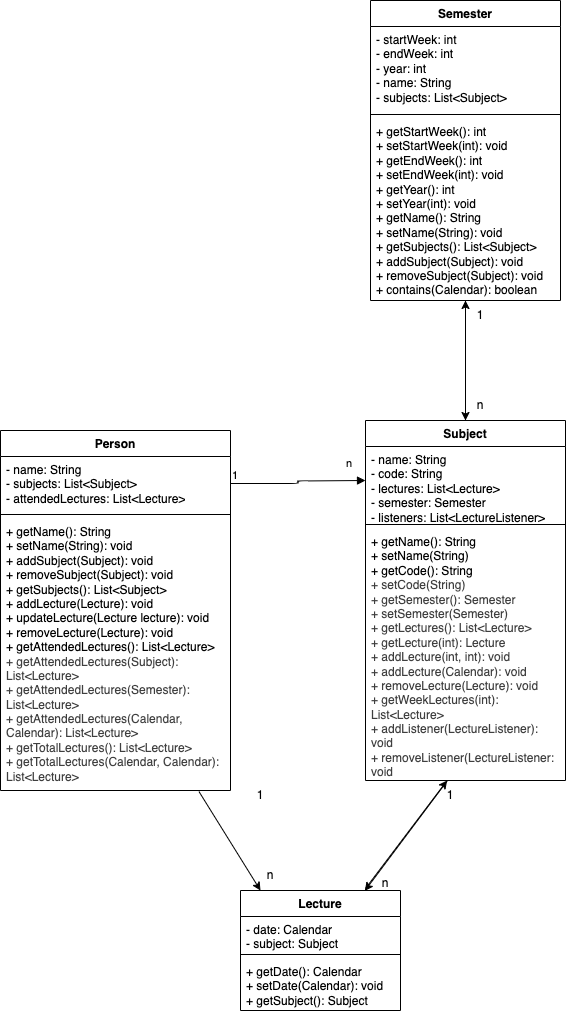
Earlier version of the draw.io export diagram.png (ayskarsaune/tdt4100-prosjekt). Source tidied: cells renumbered, new cells last; positions are measured from the earlier drawing's top-left corner, leaving out a move shared by most shapes.
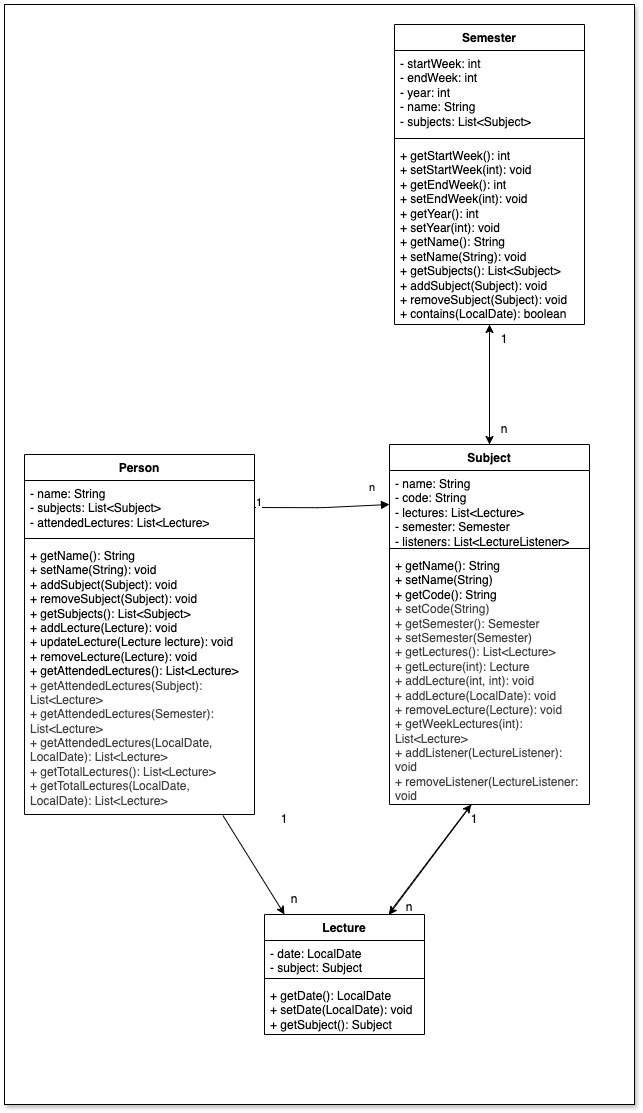
Above is the later version.

Diff of the diagram source:
```diff
@@ -1,7 +1,10 @@
-<mxGraphModel background="#ffffff">
+<mxGraphModel>
   <root>
     <mxCell id="0" />
     <mxCell id="1" parent="0" />
+    <mxCell id="31" style="rounded=0;whiteSpace=wrap;html=1;shadow=1;" parent="1" vertex="1">
+      <mxGeometry x="-20" y="-20" width="630" height="1100" as="geometry" />
+    </mxCell>
     <mxCell id="2" value="Person" style="swimlane;fontStyle=1;align=center;verticalAlign=top;horizontal=1;startSize=26;whiteSpace=wrap;html=1;" parent="1" vertex="1">
       <mxGeometry y="430" width="230" height="360" as="geometry" />
     </mxCell>
@@ -11,7 +14,7 @@
     <mxCell id="4" style="line;strokeWidth=1;fillColor=none;align=left;verticalAlign=middle;spacingTop=-1;spacingLeft=3;spacingRight=3;labelPosition=right;strokeColor=inherit;" parent="2" vertex="1">
       <mxGeometry y="80" width="230" height="8" as="geometry" />
     </mxCell>
-    <mxCell id="5" value="+ getName(): String&lt;div&gt;+ setName(String): void&lt;/div&gt;&lt;div&gt;+ addSubject(Subject): void&lt;/div&gt;&lt;div&gt;+ removeSubject(Subject): void&lt;/div&gt;&lt;div&gt;+ getSubjects(): List&amp;lt;Subject&amp;gt;&lt;/div&gt;&lt;div&gt;+ addLecture(Lecture): void&lt;/div&gt;&lt;div&gt;+ updateLecture(Lecture lecture): void&lt;/div&gt;&lt;div&gt;+ removeLecture(Lecture): void&lt;/div&gt;&lt;div&gt;+ getAttendedLectures(): List&amp;lt;Lecture&amp;gt;&lt;/div&gt;&lt;div&gt;&lt;span style=&quot;color: rgb(63, 63, 63);&quot;&gt;+ getAttendedLectures(Subject): List&amp;lt;Lecture&amp;gt;&lt;/span&gt;&lt;/div&gt;&lt;div&gt;&lt;span style=&quot;color: rgb(63, 63, 63);&quot;&gt;+ getAttendedLectures(Semester): List&amp;lt;Lecture&amp;gt;&lt;/span&gt;&lt;span style=&quot;color: rgb(63, 63, 63);&quot;&gt;&lt;/span&gt;&lt;/div&gt;&lt;div&gt;&lt;span style=&quot;color: rgb(63, 63, 63);&quot;&gt;+ getAttendedLectures(Calendar, Calendar): List&amp;lt;Lecture&amp;gt;&lt;/span&gt;&lt;span style=&quot;color: rgb(63, 63, 63);&quot;&gt;&lt;/span&gt;&lt;/div&gt;&lt;div&gt;&lt;span style=&quot;color: rgb(63, 63, 63);&quot;&gt;&lt;span style=&quot;color: rgb(63, 63, 63);&quot;&gt;+ getTotalLectures(): List&amp;lt;Lecture&amp;gt;&lt;/span&gt;&lt;/span&gt;&lt;/div&gt;&lt;div&gt;&lt;span style=&quot;color: rgb(63, 63, 63);&quot;&gt;&lt;span style=&quot;color: rgb(63, 63, 63);&quot;&gt;+ getTotalLectures(Calendar, Calendar): List&amp;lt;Lecture&amp;gt;&lt;/span&gt;&lt;span style=&quot;color: rgb(63, 63, 63);&quot;&gt;&lt;/span&gt;&lt;/span&gt;&lt;/div&gt;" style="text;strokeColor=none;fillColor=none;align=left;verticalAlign=top;spacingLeft=4;spacingRight=4;overflow=hidden;points=[[0,0.5],[1,0.5]];portConstraint=eastwest;whiteSpace=wrap;html=1;" parent="2" vertex="1">
+    <mxCell id="5" value="+ getName(): String&lt;div&gt;+ setName(String): void&lt;/div&gt;&lt;div&gt;+ addSubject(Subject): void&lt;/div&gt;&lt;div&gt;+ removeSubject(Subject): void&lt;/div&gt;&lt;div&gt;+ getSubjects(): List&amp;lt;Subject&amp;gt;&lt;/div&gt;&lt;div&gt;+ addLecture(Lecture): void&lt;/div&gt;&lt;div&gt;+ updateLecture(Lecture lecture): void&lt;/div&gt;&lt;div&gt;+ removeLecture(Lecture): void&lt;/div&gt;&lt;div&gt;+ getAttendedLectures(): List&amp;lt;Lecture&amp;gt;&lt;/div&gt;&lt;div&gt;&lt;span style=&quot;color: rgb(63, 63, 63);&quot;&gt;+ getAttendedLectures(Subject): List&amp;lt;Lecture&amp;gt;&lt;/span&gt;&lt;/div&gt;&lt;div&gt;&lt;span style=&quot;color: rgb(63, 63, 63);&quot;&gt;+ getAttendedLectures(Semester): List&amp;lt;Lecture&amp;gt;&lt;/span&gt;&lt;span style=&quot;color: rgb(63, 63, 63);&quot;&gt;&lt;/span&gt;&lt;/div&gt;&lt;div&gt;&lt;span style=&quot;color: rgb(63, 63, 63);&quot;&gt;+ getAttendedLectures(LocalDate, LocalDate): List&amp;lt;Lecture&amp;gt;&lt;/span&gt;&lt;span style=&quot;color: rgb(63, 63, 63);&quot;&gt;&lt;/span&gt;&lt;/div&gt;&lt;div&gt;&lt;span style=&quot;color: rgb(63, 63, 63);&quot;&gt;&lt;span style=&quot;color: rgb(63, 63, 63);&quot;&gt;+ getTotalLectures(): List&amp;lt;Lecture&amp;gt;&lt;/span&gt;&lt;/span&gt;&lt;/div&gt;&lt;div&gt;&lt;span style=&quot;color: rgb(63, 63, 63);&quot;&gt;&lt;span style=&quot;color: rgb(63, 63, 63);&quot;&gt;+ getTotalLectures(LocalDate, LocalDate): List&amp;lt;Lecture&amp;gt;&lt;/span&gt;&lt;span style=&quot;color: rgb(63, 63, 63);&quot;&gt;&lt;/span&gt;&lt;/span&gt;&lt;/div&gt;" style="text;strokeColor=none;fillColor=none;align=left;verticalAlign=top;spacingLeft=4;spacingRight=4;overflow=hidden;points=[[0,0.5],[1,0.5]];portConstraint=eastwest;whiteSpace=wrap;html=1;" parent="2" vertex="1">
       <mxGeometry y="88" width="230" height="272" as="geometry" />
     </mxCell>
     <mxCell id="6" value="Semester" style="swimlane;fontStyle=1;align=center;verticalAlign=top;horizontal=1;startSize=26;whiteSpace=wrap;html=1;" parent="1" vertex="1">
@@ -23,19 +26,19 @@
     <mxCell id="8" style="line;strokeWidth=1;fillColor=none;align=left;verticalAlign=middle;spacingTop=-1;spacingLeft=3;spacingRight=3;labelPosition=right;strokeColor=inherit;" parent="6" vertex="1">
       <mxGeometry y="110" width="190" height="8" as="geometry" />
     </mxCell>
-    <mxCell id="9" value="+ getStartWeek(): int&lt;div&gt;+ setStartWeek(int): void&lt;/div&gt;&lt;div&gt;+ getEndWeek(): int&lt;/div&gt;&lt;div&gt;+ setEndWeek(int): void&lt;/div&gt;&lt;div&gt;+ getYear(): int&lt;/div&gt;&lt;div&gt;+ setYear(int): void&lt;/div&gt;&lt;div&gt;+ getName(): String&lt;/div&gt;&lt;div&gt;+ setName(String): void&lt;/div&gt;&lt;div&gt;+ getSubjects(): List&amp;lt;Subject&amp;gt;&lt;/div&gt;&lt;div&gt;+ addSubject(Subject): void&lt;/div&gt;&lt;div&gt;+ removeSubject(Subject): void&lt;/div&gt;&lt;div&gt;+ contains(Calendar): boolean&lt;/div&gt;" style="text;strokeColor=none;fillColor=none;align=left;verticalAlign=top;spacingLeft=4;spacingRight=4;overflow=hidden;points=[[0,0.5],[1,0.5]];portConstraint=eastwest;whiteSpace=wrap;html=1;" parent="6" vertex="1">
+    <mxCell id="9" value="+ getStartWeek(): int&lt;div&gt;+ setStartWeek(int): void&lt;/div&gt;&lt;div&gt;+ getEndWeek(): int&lt;/div&gt;&lt;div&gt;+ setEndWeek(int): void&lt;/div&gt;&lt;div&gt;+ getYear(): int&lt;/div&gt;&lt;div&gt;+ setYear(int): void&lt;/div&gt;&lt;div&gt;+ getName(): String&lt;/div&gt;&lt;div&gt;+ setName(String): void&lt;/div&gt;&lt;div&gt;+ getSubjects(): List&amp;lt;Subject&amp;gt;&lt;/div&gt;&lt;div&gt;+ addSubject(Subject): void&lt;/div&gt;&lt;div&gt;+ removeSubject(Subject): void&lt;/div&gt;&lt;div&gt;+ contains(LocalDate): boolean&lt;/div&gt;" style="text;strokeColor=none;fillColor=none;align=left;verticalAlign=top;spacingLeft=4;spacingRight=4;overflow=hidden;points=[[0,0.5],[1,0.5]];portConstraint=eastwest;whiteSpace=wrap;html=1;" parent="6" vertex="1">
       <mxGeometry y="118" width="190" height="182" as="geometry" />
     </mxCell>
     <mxCell id="10" value="Lecture" style="swimlane;fontStyle=1;align=center;verticalAlign=top;horizontal=1;startSize=26;whiteSpace=wrap;html=1;" parent="1" vertex="1">
       <mxGeometry x="240" y="890" width="160" height="120" as="geometry" />
     </mxCell>
-    <mxCell id="11" value="- date: Calendar&lt;div&gt;- subject: Subject&lt;/div&gt;" style="text;strokeColor=none;fillColor=none;align=left;verticalAlign=top;spacingLeft=4;spacingRight=4;overflow=hidden;whiteSpace=wrap;html=1;" parent="10" vertex="1">
+    <mxCell id="11" value="- date: LocalDate&lt;div&gt;- subject: Subject&lt;/div&gt;" style="text;strokeColor=none;fillColor=none;align=left;verticalAlign=top;spacingLeft=4;spacingRight=4;overflow=hidden;whiteSpace=wrap;html=1;" parent="10" vertex="1">
       <mxGeometry y="26" width="160" height="34" as="geometry" />
     </mxCell>
     <mxCell id="12" style="line;strokeWidth=1;fillColor=none;align=left;verticalAlign=middle;spacingTop=-1;spacingLeft=3;spacingRight=3;labelPosition=right;strokeColor=inherit;" parent="10" vertex="1">
       <mxGeometry y="60" width="160" height="8" as="geometry" />
     </mxCell>
-    <mxCell id="13" value="+ getDate(): Calendar&lt;div&gt;+ setDate(Calendar): void&lt;/div&gt;&lt;div&gt;+ getSubject(): Subject&lt;/div&gt;" style="text;strokeColor=none;fillColor=none;align=left;verticalAlign=top;spacingLeft=4;spacingRight=4;overflow=hidden;whiteSpace=wrap;html=1;" parent="10" vertex="1">
+    <mxCell id="13" value="+ getDate(): LocalDate&lt;div&gt;+ setDate(LocalDate): void&lt;/div&gt;&lt;div&gt;+ getSubject(): Subject&lt;/div&gt;" style="text;strokeColor=none;fillColor=none;align=left;verticalAlign=top;spacingLeft=4;spacingRight=4;overflow=hidden;whiteSpace=wrap;html=1;" parent="10" vertex="1">
       <mxGeometry y="68" width="160" height="52" as="geometry" />
     </mxCell>
     <mxCell id="14" value="Subject" style="swimlane;fontStyle=1;align=center;verticalAlign=top;horizontal=1;startSize=26;whiteSpace=wrap;html=1;" parent="1" vertex="1">
@@ -47,7 +50,7 @@
     <mxCell id="16" style="line;strokeWidth=1;fillColor=none;align=left;verticalAlign=middle;spacingTop=-1;spacingLeft=3;spacingRight=3;labelPosition=right;strokeColor=inherit;" parent="14" vertex="1">
       <mxGeometry y="100" width="200" height="8" as="geometry" />
     </mxCell>
-    <mxCell id="17" value="+ getName(): String&lt;div&gt;+ setName(String)&lt;/div&gt;&lt;div&gt;+ getCode(): String&lt;div style=&quot;color: rgb(63, 63, 63); scrollbar-color: rgb(226, 226, 226) rgb(251, 251, 251);&quot;&gt;+ setCode(String)&lt;/div&gt;&lt;div style=&quot;color: rgb(63, 63, 63); scrollbar-color: rgb(226, 226, 226) rgb(251, 251, 251);&quot;&gt;+ getSemester(): Semester&lt;div style=&quot;color: rgb(63, 63, 63); scrollbar-color: rgb(226, 226, 226) rgb(251, 251, 251);&quot;&gt;+ setSemester(Semester)&lt;/div&gt;&lt;div style=&quot;color: rgb(63, 63, 63); scrollbar-color: rgb(226, 226, 226) rgb(251, 251, 251);&quot;&gt;+ getLectures(): List&amp;lt;Lecture&amp;gt;&lt;/div&gt;&lt;div style=&quot;color: rgb(63, 63, 63); scrollbar-color: rgb(226, 226, 226) rgb(251, 251, 251);&quot;&gt;+ getLecture(int): Lecture&lt;br&gt;&lt;div style=&quot;color: rgb(63, 63, 63); scrollbar-color: rgb(226, 226, 226) rgb(251, 251, 251);&quot;&gt;+ addLecture(int, int): void&lt;/div&gt;&lt;div style=&quot;color: rgb(63, 63, 63); scrollbar-color: rgb(226, 226, 226) rgb(251, 251, 251);&quot;&gt;+ addLecture(Calendar): void&lt;/div&gt;&lt;div style=&quot;color: rgb(63, 63, 63); scrollbar-color: rgb(226, 226, 226) rgb(251, 251, 251);&quot;&gt;+ removeLecture(Lecture): void&lt;/div&gt;&lt;div style=&quot;color: rgb(63, 63, 63); scrollbar-color: rgb(226, 226, 226) rgb(251, 251, 251);&quot;&gt;+ getWeekLectures(int): List&amp;lt;Lecture&amp;gt;&lt;/div&gt;&lt;div style=&quot;color: rgb(63, 63, 63); scrollbar-color: rgb(226, 226, 226) rgb(251, 251, 251);&quot;&gt;+ addListener(LectureListener): void&lt;/div&gt;&lt;div style=&quot;color: rgb(63, 63, 63); scrollbar-color: rgb(226, 226, 226) rgb(251, 251, 251);&quot;&gt;+ removeListener(LectureListener: void&lt;/div&gt;&lt;/div&gt;&lt;/div&gt;&lt;/div&gt;" style="text;strokeColor=none;fillColor=none;align=left;verticalAlign=top;spacingLeft=4;spacingRight=4;overflow=hidden;points=[[0,0.5],[1,0.5]];portConstraint=eastwest;whiteSpace=wrap;html=1;" parent="14" vertex="1">
+    <mxCell id="17" value="+ getName(): String&lt;div&gt;+ setName(String)&lt;/div&gt;&lt;div&gt;+ getCode(): String&lt;div style=&quot;color: rgb(63, 63, 63); scrollbar-color: rgb(226, 226, 226) rgb(251, 251, 251);&quot;&gt;+ setCode(String)&lt;/div&gt;&lt;div style=&quot;color: rgb(63, 63, 63); scrollbar-color: rgb(226, 226, 226) rgb(251, 251, 251);&quot;&gt;+ getSemester(): Semester&lt;div style=&quot;color: rgb(63, 63, 63); scrollbar-color: rgb(226, 226, 226) rgb(251, 251, 251);&quot;&gt;+ setSemester(Semester)&lt;/div&gt;&lt;div style=&quot;color: rgb(63, 63, 63); scrollbar-color: rgb(226, 226, 226) rgb(251, 251, 251);&quot;&gt;+ getLectures(): List&amp;lt;Lecture&amp;gt;&lt;/div&gt;&lt;div style=&quot;color: rgb(63, 63, 63); scrollbar-color: rgb(226, 226, 226) rgb(251, 251, 251);&quot;&gt;+ getLecture(int): Lecture&lt;br&gt;&lt;div style=&quot;color: rgb(63, 63, 63); scrollbar-color: rgb(226, 226, 226) rgb(251, 251, 251);&quot;&gt;+ addLecture(int, int): void&lt;/div&gt;&lt;div style=&quot;color: rgb(63, 63, 63); scrollbar-color: rgb(226, 226, 226) rgb(251, 251, 251);&quot;&gt;+ addLecture(LocalDate): void&lt;/div&gt;&lt;div style=&quot;color: rgb(63, 63, 63); scrollbar-color: rgb(226, 226, 226) rgb(251, 251, 251);&quot;&gt;+ removeLecture(Lecture): void&lt;/div&gt;&lt;div style=&quot;color: rgb(63, 63, 63); scrollbar-color: rgb(226, 226, 226) rgb(251, 251, 251);&quot;&gt;+ getWeekLectures(int): List&amp;lt;Lecture&amp;gt;&lt;/div&gt;&lt;div style=&quot;color: rgb(63, 63, 63); scrollbar-color: rgb(226, 226, 226) rgb(251, 251, 251);&quot;&gt;+ addListener(LectureListener): void&lt;/div&gt;&lt;div style=&quot;color: rgb(63, 63, 63); scrollbar-color: rgb(226, 226, 226) rgb(251, 251, 251);&quot;&gt;+ removeListener(LectureListener: void&lt;/div&gt;&lt;/div&gt;&lt;/div&gt;&lt;/div&gt;" style="text;strokeColor=none;fillColor=none;align=left;verticalAlign=top;spacingLeft=4;spacingRight=4;overflow=hidden;points=[[0,0.5],[1,0.5]];portConstraint=eastwest;whiteSpace=wrap;html=1;" parent="14" vertex="1">
       <mxGeometry y="108" width="200" height="252" as="geometry" />
     </mxCell>
     <mxCell id="18" value="n" style="endArrow=block;endFill=1;html=1;edgeStyle=orthogonalEdgeStyle;align=left;verticalAlign=top;exitX=1;exitY=0.5;exitDx=0;exitDy=0;" parent="1" edge="1" source="3">
```
